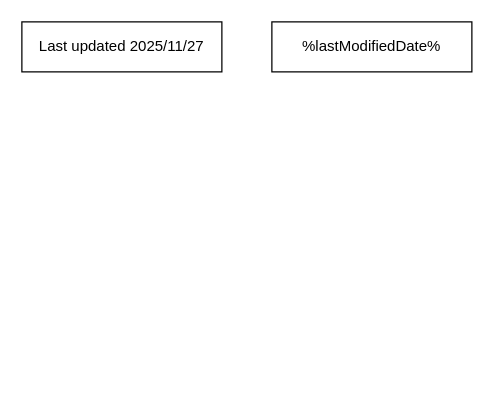
Above: page "페이지-1" (1 of 2) of 20241112.drawio in climcity/design (draw.io), before the change. Source tidied: cells renumbered, new cells numbered last; positions are measured from the earlier drawing's top-left corner, leaving out a move shared by most shapes. Both pictures are drawn from the tidied source at 125%, with x=0, y=0 at pixel (21, 21).
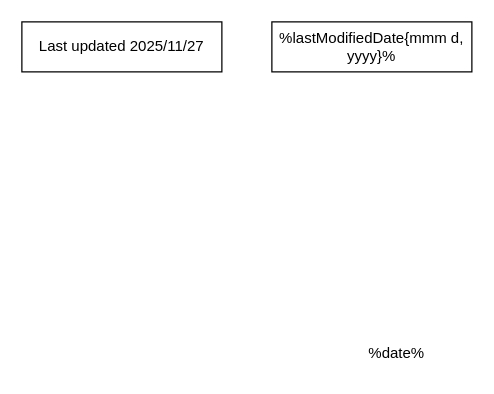
The same page after the edit.

Change to the diagram source:
```diff
@@
 <mxGraphModel>
   <root>
     <mxCell id="0" />
     <mxCell id="1" parent="0" />
     <mxCell id="2" value="Last updated 2025/11/27" style="rounded=0;whiteSpace=wrap;html=1;fillColor=none;align=center;" parent="1" vertex="1">
       <mxGeometry width="160" height="40" as="geometry" />
     </mxCell>
-    <mxCell id="3" value="%lastModifiedDate&lt;span style=&quot;background-color: transparent; color: light-dark(rgb(0, 0, 0), rgb(255, 255, 255));&quot;&gt;%&lt;/span&gt;" style="rounded=0;whiteSpace=wrap;html=1;fillColor=none;align=center;" parent="1" vertex="1">
+    <mxCell id="3" value="%lastModifiedDate{mmm d, yyyy}&lt;span style=&quot;background-color: transparent; color: light-dark(rgb(0, 0, 0), rgb(255, 255, 255));&quot;&gt;%&lt;/span&gt;" style="rounded=0;whiteSpace=wrap;html=1;fillColor=none;align=center;" parent="1" vertex="1">
       <mxGeometry x="200" width="160" height="40" as="geometry" />
     </mxCell>
+    <mxCell id="4" value="%date%" style="text;html=1;whiteSpace=wrap;strokeColor=none;fillColor=none;align=center;verticalAlign=middle;rounded=0;" parent="1" vertex="1">
+      <mxGeometry x="270" y="250" width="60" height="30" as="geometry" />
+    </mxCell>
   </root>
 </mxGraphModel>
```
